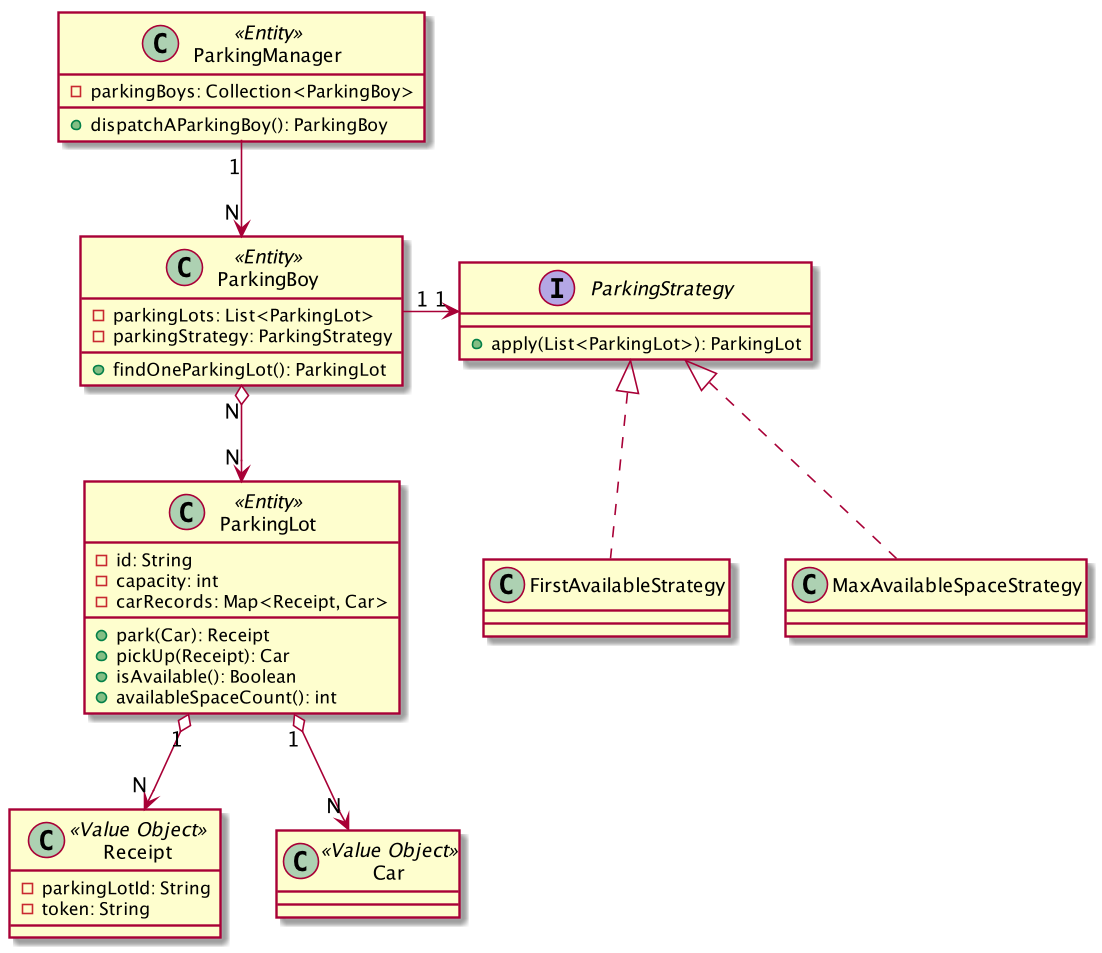
kbyyd24/parking-lot-modling keeps this PlantUML diagram as PlantUml-Layout.png. Above is the earlier version. The source it was exported from:
```plantuml
@startuml

class ParkingManager <<Entity>> {
  - parkingBoys: Collection<ParkingBoy>
  + dispatchAParkingBoy(): ParkingBoy
}

class ParkingBoy <<Entity>> {
  - parkingLots: List<ParkingLot>
  - parkingStrategy: ParkingStrategy
  + findOneParkingLot(): ParkingLot
}

class ParkingLot <<Entity>> {
  - id: String
  - capacity: int
  - carRecords: Map<Receipt, Car>
  + park(Car): Receipt
  + pickUp(Receipt): Car
  + isAvailable(): Boolean
  + availableSpaceCount(): int
}

class Receipt <<Value Object>> {
  - parkingLotId: String
  - token: String
}

class Car <<Value Object>>

interface ParkingStrategy {
  + apply(List<ParkingLot>): ParkingLot
}

class FirstAvailableStrategy

class MaxAvailableSpaceStrategy

ParkingBoy "N" o--> "N" ParkingLot

ParkingBoy "1" -> "1" ParkingStrategy

ParkingLot "1" o--> "N" Receipt

ParkingLot "1" o--> "N" Car

ParkingStrategy <|.. FirstAvailableStrategy

ParkingStrategy <|.. MaxAvailableSpaceStrategy

ParkingManager "1" --> "N" ParkingBoy

@enduml
```
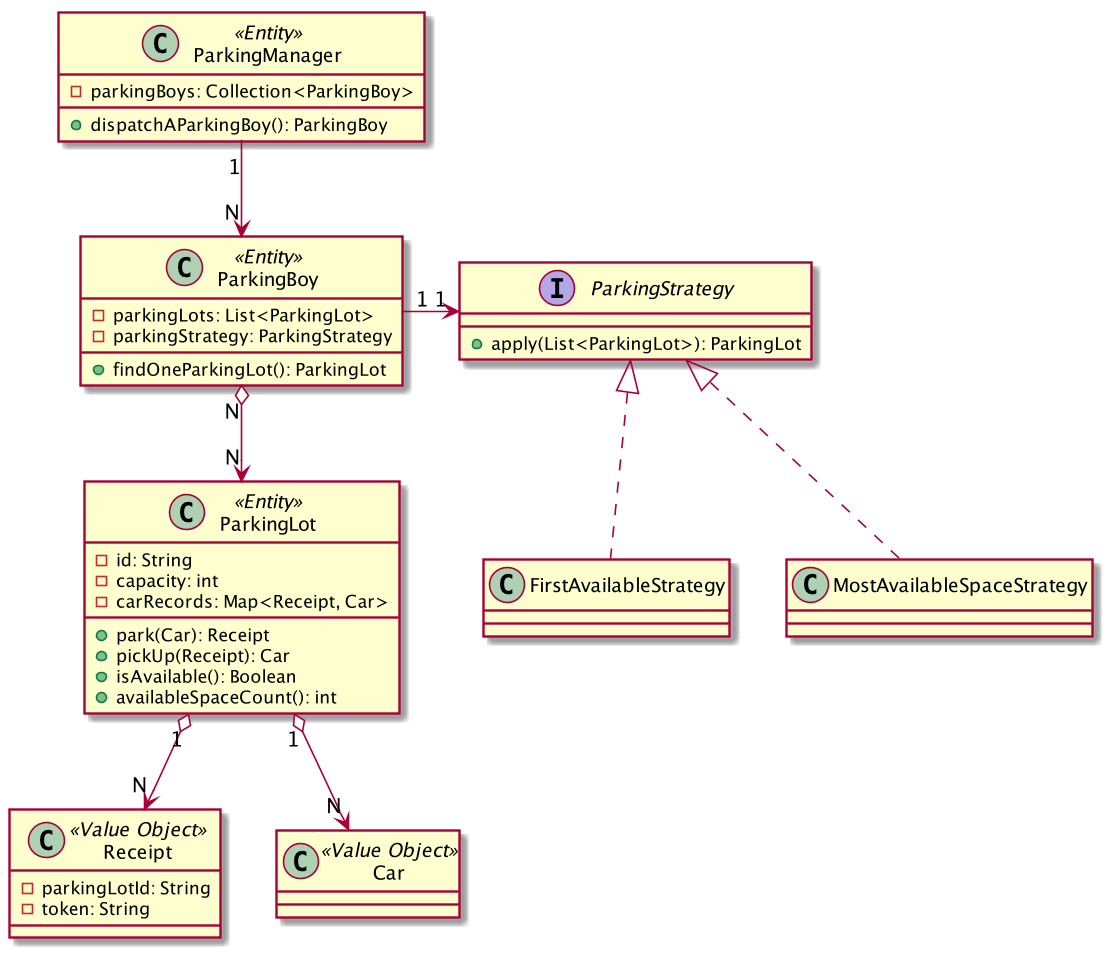
The same file after the commit.

Commit message:
implement MostAvailableSpaceStrategy to find parking lot which has most available space

The edit, as a diff of the source:
```diff
@@ -34,7 +34,7 @@
 
 class FirstAvailableStrategy
 
-class MaxAvailableSpaceStrategy
+class MostAvailableSpaceStrategy
 
 ParkingBoy "N" o--> "N" ParkingLot
 
@@ -46,7 +46,7 @@
 
 ParkingStrategy <|.. FirstAvailableStrategy
 
-ParkingStrategy <|.. MaxAvailableSpaceStrategy
+ParkingStrategy <|.. MostAvailableSpaceStrategy
 
 ParkingManager "1" --> "N" ParkingBoy
 
```
